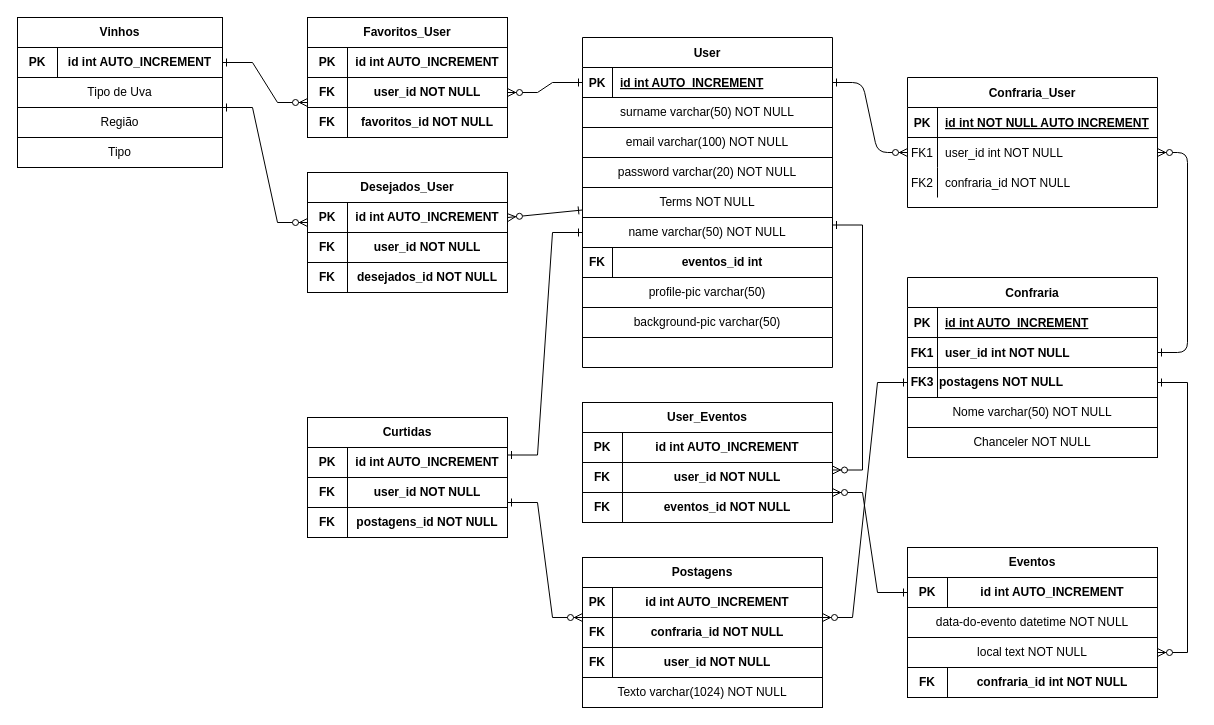
jairocket/projetoIntegrador-Wined keeps this draw.io diagram as ModeloBancoDeDados.drawio. Above is the earlier version. Source tidied: cells renumbered, new cells numbered last; positions are measured from the earlier drawing's top-left corner, leaving out a move shared by most shapes. Both pictures are drawn from the tidied source at 100%, with x=0, y=0 at pixel (17, 17).
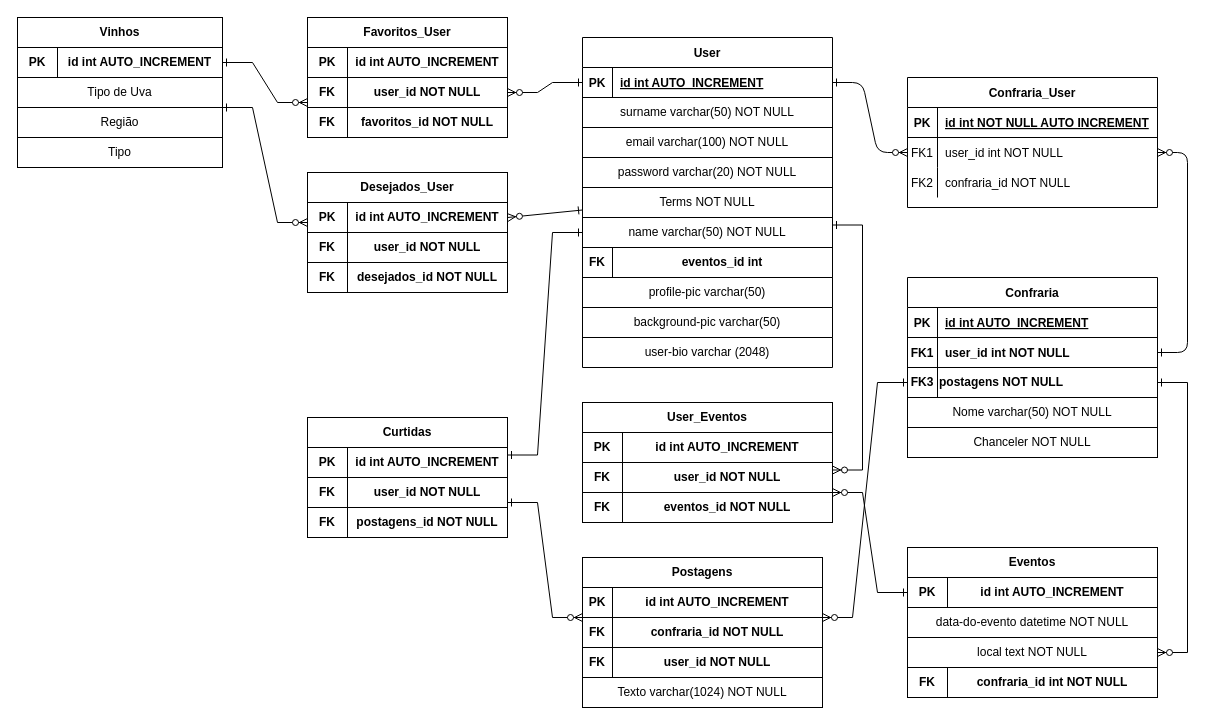
Above is the later version.

Unchanged cells that the change refers to:
```xml
<mxCell id="108" style="shape=partialRectangle;html=1;whiteSpace=wrap;fillColor=none;top=0;left=0;bottom=0;right=0;" parent="107" vertex="1">
  <mxGeometry width="250" height="30" as="geometry" />
</mxCell>
```

Change to the diagram source:
```diff
@@
-    <mxCell id="109" style="shape=partialRectangle;html=1;whiteSpace=wrap;overflow=hidden;fillColor=none;top=0;left=0;bottom=0;right=0;" parent="108" vertex="1">
+    <mxCell id="109" value="user-bio varchar (2048)" style="shape=partialRectangle;html=1;whiteSpace=wrap;overflow=hidden;fillColor=none;top=0;left=0;bottom=0;right=0;" parent="108" vertex="1">
       <mxGeometry width="250" height="30" as="geometry" />
     </mxCell>
```
